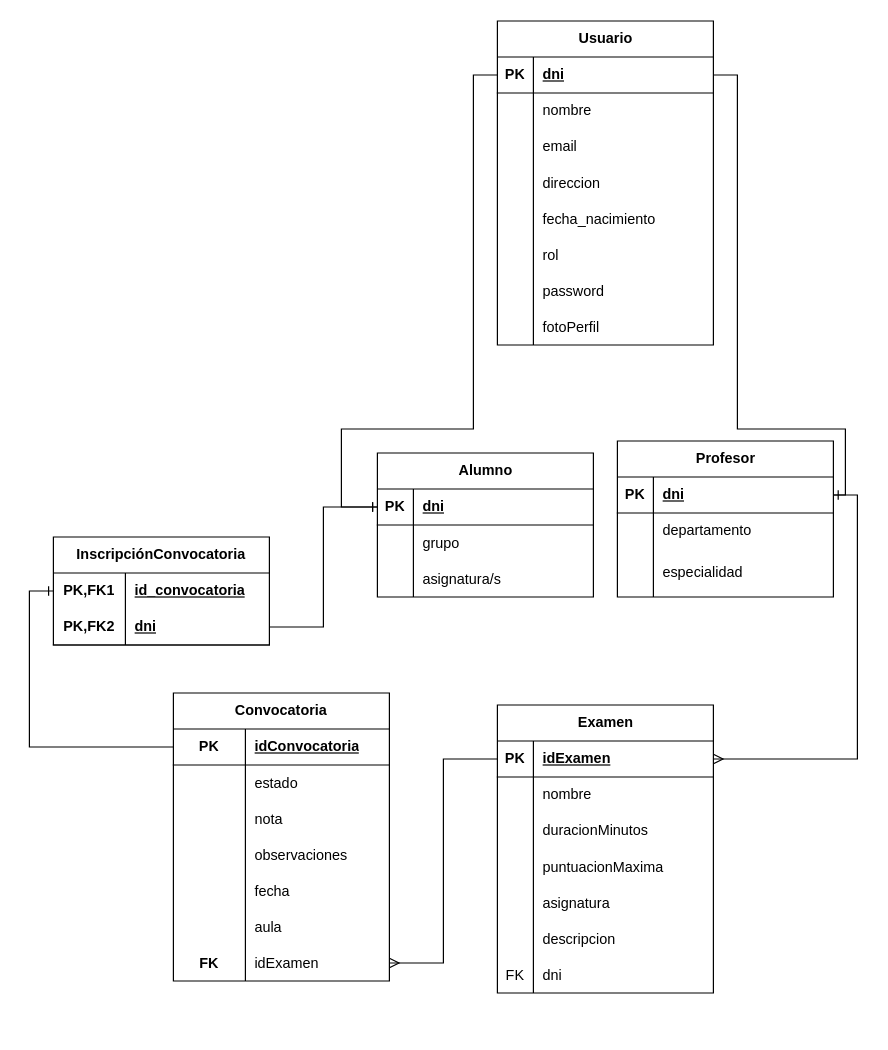
This is Documentacion/Diagramas/ExamTrack - Diagrama.drawio from JTPLOP/ExamTrack, a draw.io file, before an edit. Source tidied: cells renumbered, new cells numbered last; positions are measured from the earlier drawing's top-left corner, leaving out a move shared by most shapes. Both pictures are drawn from the tidied source at 120%, with x=0, y=0 at pixel (53, 20).
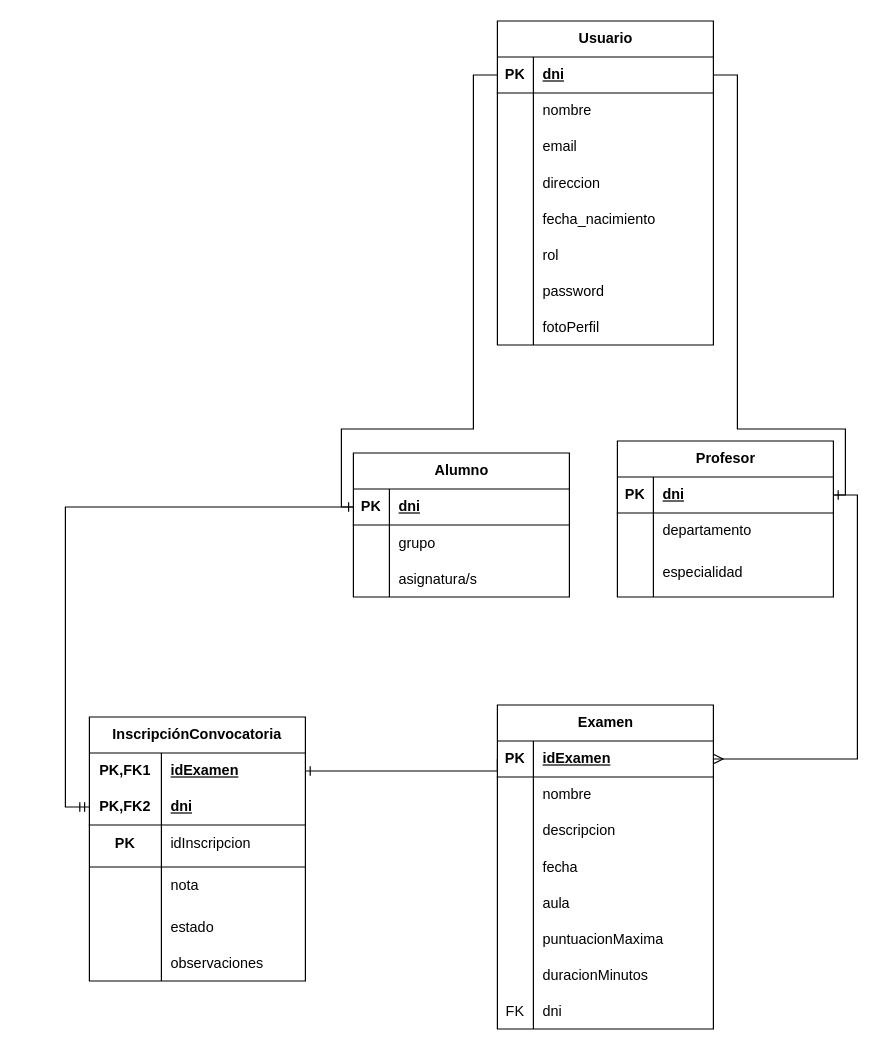
After the change.

The change refers to these unchanged cells:
```xml
<mxCell id="3" style="shape=tableRow;horizontal=0;startSize=0;swimlaneHead=0;swimlaneBody=0;fillColor=none;points=[[0,0.5],[1,0.5]];portConstraint=eastwest;top=0;left=0;right=0;bottom=1;" parent="2" vertex="1">
  <mxGeometry y="30" width="180" height="30" as="geometry" />
</mxCell>
<mxCell id="9" style="shape=tableRow;horizontal=0;startSize=0;swimlaneHead=0;swimlaneBody=0;fillColor=none;top=0;left=0;right=0;bottom=0;" parent="2" vertex="1">
  <mxGeometry y="90" width="180" height="30" as="geometry" />
</mxCell>
<mxCell id="12" style="shape=tableRow;horizontal=0;startSize=0;swimlaneHead=0;swimlaneBody=0;fillColor=none;top=0;left=0;right=0;bottom=0;" parent="2" vertex="1">
  <mxGeometry y="120" width="180" height="30" as="geometry" />
</mxCell>
<mxCell id="15" style="shape=tableRow;horizontal=0;startSize=0;swimlaneHead=0;swimlaneBody=0;fillColor=none;top=0;left=0;right=0;bottom=0;" parent="2" vertex="1">
  <mxGeometry y="150" width="180" height="30" as="geometry" />
</mxCell>
<mxCell id="18" style="shape=tableRow;horizontal=0;startSize=0;swimlaneHead=0;swimlaneBody=0;fillColor=none;top=0;left=0;right=0;bottom=0;" parent="2" vertex="1">
  <mxGeometry y="180" width="180" height="30" as="geometry" />
</mxCell>
<mxCell id="25" style="shape=tableRow;horizontal=0;startSize=0;swimlaneHead=0;swimlaneBody=0;fillColor=none;points=[[0,0.5],[1,0.5]];portConstraint=eastwest;top=0;left=0;right=0;bottom=1;" parent="24" vertex="1">
  <mxGeometry y="30" width="180" height="30" as="geometry" />
</mxCell>
<mxCell id="96" style="shape=tableRow;horizontal=0;startSize=0;swimlaneHead=0;swimlaneBody=0;fillColor=none;points=[[0,0.5],[1,0.5]];portConstraint=eastwest;top=0;left=0;right=0;bottom=0;html=1;" parent="95" vertex="1">
  <mxGeometry y="30" width="180" height="30" as="geometry" />
</mxCell>
<mxCell id="99" style="shape=tableRow;horizontal=0;startSize=0;swimlaneHead=0;swimlaneBody=0;fillColor=none;points=[[0,0.5],[1,0.5]];portConstraint=eastwest;top=0;left=0;right=0;bottom=1;html=1;" parent="95" vertex="1">
  <mxGeometry y="60" width="180" height="30" as="geometry" />
</mxCell>
```

Change to the diagram source:
```diff
@@
     <mxCell id="2" value="Examen" style="shape=table;startSize=30;childLayout=tableLayout;rowLines=0;fontStyle=1;align=center;html=1;" parent="1" vertex="1">
-      <mxGeometry x="370" y="570" width="180" height="240" as="geometry" />
+      <mxGeometry x="370" y="570" width="180" height="270" as="geometry" />
     </mxCell>
@@
-    <mxCell id="11" value="duracionMinutos" style="shape=partialRectangle;fillColor=none;top=0;left=0;bottom=0;right=0;align=left;spacingLeft=6;overflow=hidden;whiteSpace=wrap;html=1;" parent="9" vertex="1">
+    <mxCell id="11" value="descripcion" style="shape=partialRectangle;fillColor=none;top=0;left=0;bottom=0;right=0;align=left;spacingLeft=6;overflow=hidden;whiteSpace=wrap;html=1;" parent="9" vertex="1">
       <mxGeometry x="30" width="150" height="30" as="geometry" />
     </mxCell>
@@
-    <mxCell id="14" value="puntuacionMaxima" style="shape=partialRectangle;fillColor=none;top=0;left=0;bottom=0;right=0;align=left;spacingLeft=6;overflow=hidden;" parent="12" vertex="1">
+    <mxCell id="14" value="fecha" style="shape=partialRectangle;fillColor=none;top=0;left=0;bottom=0;right=0;align=left;spacingLeft=6;overflow=hidden;" parent="12" vertex="1">
       <mxGeometry x="30" width="150" height="30" as="geometry" />
     </mxCell>
@@
-    <mxCell id="17" value="asignatura" style="shape=partialRectangle;fillColor=none;top=0;left=0;bottom=0;right=0;align=left;spacingLeft=6;overflow=hidden;" parent="15" vertex="1">
+    <mxCell id="17" value="aula" style="shape=partialRectangle;fillColor=none;top=0;left=0;bottom=0;right=0;align=left;spacingLeft=6;overflow=hidden;" parent="15" vertex="1">
       <mxGeometry x="30" width="150" height="30" as="geometry" />
     </mxCell>
@@
-    <mxCell id="20" value="descripcion" style="shape=partialRectangle;fillColor=none;top=0;left=0;bottom=0;right=0;align=left;spacingLeft=6;overflow=hidden;" parent="18" vertex="1">
+    <mxCell id="20" value="puntuacionMaxima" style="shape=partialRectangle;fillColor=none;top=0;left=0;bottom=0;right=0;align=left;spacingLeft=6;overflow=hidden;" parent="18" vertex="1">
       <mxGeometry x="30" width="150" height="30" as="geometry" />
     </mxCell>
+    <mxCell id="90" style="shape=tableRow;horizontal=0;startSize=0;swimlaneHead=0;swimlaneBody=0;fillColor=none;points=[[0,0.5],[1,0.5]];portConstraint=eastwest;top=0;left=0;right=0;bottom=0;" parent="2" vertex="1">
+      <mxGeometry y="210" width="180" height="30" as="geometry" />
+    </mxCell>
+    <mxCell id="104" style="shape=partialRectangle;fillColor=none;top=0;left=0;bottom=0;right=0;overflow=hidden;" parent="90" vertex="1">
+      <mxGeometry width="30" height="30" as="geometry" />
+    </mxCell>
+    <mxCell id="105" value="duracionMinutos" style="shape=partialRectangle;fillColor=none;top=0;left=0;bottom=0;right=0;align=left;spacingLeft=6;overflow=hidden;" parent="90" vertex="1">
+      <mxGeometry x="30" width="150" height="30" as="geometry" />
+    </mxCell>
     <mxCell id="21" style="shape=tableRow;horizontal=0;startSize=0;swimlaneHead=0;swimlaneBody=0;fillColor=none;top=0;left=0;right=0;bottom=0;" parent="2" vertex="1">
-      <mxGeometry y="210" width="180" height="30" as="geometry" />
+      <mxGeometry y="240" width="180" height="30" as="geometry" />
     </mxCell>
@@
     <mxCell id="24" value="Alumno" style="shape=table;startSize=30;childLayout=tableLayout;rowLines=0;fontStyle=1;align=center;html=1;" parent="1" vertex="1">
-      <mxGeometry x="270" y="360" width="180" height="120" as="geometry" />
+      <mxGeometry x="250" y="360" width="180" height="120" as="geometry" />
     </mxCell>
@@
-    <mxCell id="71" value="Convocatoria" style="shape=table;startSize=30;childLayout=tableLayout;rowLines=0;fontStyle=1;align=center;html=1;whiteSpace=wrap;" parent="1" vertex="1">
-      <mxGeometry x="100" y="560" width="180" height="240" as="geometry" />
-    </mxCell>
-    <mxCell id="72" style="shape=tableRow;horizontal=0;startSize=0;swimlaneHead=0;swimlaneBody=0;fillColor=none;points=[[0,0.5],[1,0.5]];portConstraint=eastwest;top=0;left=0;right=0;bottom=1;" parent="71" vertex="1">
-      <mxGeometry y="30" width="180" height="30" as="geometry" />
-    </mxCell>
-    <mxCell id="73" value="PK" style="shape=partialRectangle;fillColor=none;top=0;left=0;bottom=0;right=0;fontStyle=1;overflow=hidden;whiteSpace=wrap;html=1;" parent="72" vertex="1">
-      <mxGeometry width="60" height="30" as="geometry" />
-    </mxCell>
-    <mxCell id="74" value="idConvocatoria" style="shape=partialRectangle;fillColor=none;top=0;left=0;bottom=0;right=0;align=left;spacingLeft=6;fontStyle=5;overflow=hidden;whiteSpace=wrap;html=1;" parent="72" vertex="1">
-      <mxGeometry x="60" width="120" height="30" as="geometry" />
-    </mxCell>
-    <mxCell id="75" style="shape=tableRow;horizontal=0;startSize=0;swimlaneHead=0;swimlaneBody=0;fillColor=none;top=0;left=0;right=0;bottom=0;" parent="71" vertex="1">
-      <mxGeometry y="60" width="180" height="30" as="geometry" />
-    </mxCell>
-    <mxCell id="76" style="shape=partialRectangle;fillColor=none;top=0;left=0;bottom=0;right=0;overflow=hidden;" parent="75" vertex="1">
-      <mxGeometry width="60" height="30" as="geometry" />
-    </mxCell>
-    <mxCell id="77" value="estado" style="shape=partialRectangle;fillColor=none;top=0;left=0;bottom=0;right=0;align=left;spacingLeft=6;overflow=hidden;" parent="75" vertex="1">
-      <mxGeometry x="60" width="120" height="30" as="geometry" />
-    </mxCell>
-    <mxCell id="78" style="shape=tableRow;horizontal=0;startSize=0;swimlaneHead=0;swimlaneBody=0;fillColor=none;top=0;left=0;right=0;bottom=0;" parent="71" vertex="1">
-      <mxGeometry y="90" width="180" height="30" as="geometry" />
-    </mxCell>
-    <mxCell id="79" style="shape=partialRectangle;fillColor=none;top=0;left=0;bottom=0;right=0;overflow=hidden;" parent="78" vertex="1">
-      <mxGeometry width="60" height="30" as="geometry" />
-    </mxCell>
-    <mxCell id="80" value="nota" style="shape=partialRectangle;fillColor=none;top=0;left=0;bottom=0;right=0;align=left;spacingLeft=6;overflow=hidden;" parent="78" vertex="1">
-      <mxGeometry x="60" width="120" height="30" as="geometry" />
-    </mxCell>
-    <mxCell id="81" style="shape=tableRow;horizontal=0;startSize=0;swimlaneHead=0;swimlaneBody=0;fillColor=none;top=0;left=0;right=0;bottom=0;" parent="71" vertex="1">
-      <mxGeometry y="120" width="180" height="30" as="geometry" />
-    </mxCell>
-    <mxCell id="82" style="shape=partialRectangle;fillColor=none;top=0;left=0;bottom=0;right=0;overflow=hidden;" parent="81" vertex="1">
-      <mxGeometry width="60" height="30" as="geometry" />
-    </mxCell>
-    <mxCell id="83" value="observaciones" style="shape=partialRectangle;fillColor=none;top=0;left=0;bottom=0;right=0;align=left;spacingLeft=6;overflow=hidden;" parent="81" vertex="1">
-      <mxGeometry x="60" width="120" height="30" as="geometry" />
-    </mxCell>
-    <mxCell id="84" style="shape=tableRow;horizontal=0;startSize=0;swimlaneHead=0;swimlaneBody=0;fillColor=none;top=0;left=0;right=0;bottom=0;" parent="71" vertex="1">
-      <mxGeometry y="150" width="180" height="30" as="geometry" />
-    </mxCell>
-    <mxCell id="85" style="shape=partialRectangle;fillColor=none;top=0;left=0;bottom=0;right=0;overflow=hidden;" parent="84" vertex="1">
-      <mxGeometry width="60" height="30" as="geometry" />
-    </mxCell>
-    <mxCell id="86" value="fecha" style="shape=partialRectangle;fillColor=none;top=0;left=0;bottom=0;right=0;align=left;spacingLeft=6;overflow=hidden;" parent="84" vertex="1">
-      <mxGeometry x="60" width="120" height="30" as="geometry" />
-    </mxCell>
-    <mxCell id="87" style="shape=tableRow;horizontal=0;startSize=0;swimlaneHead=0;swimlaneBody=0;fillColor=none;top=0;left=0;right=0;bottom=0;" parent="71" vertex="1">
-      <mxGeometry y="180" width="180" height="30" as="geometry" />
-    </mxCell>
-    <mxCell id="88" style="shape=partialRectangle;fillColor=none;top=0;left=0;bottom=0;right=0;overflow=hidden;" parent="87" vertex="1">
-      <mxGeometry width="60" height="30" as="geometry" />
-    </mxCell>
-    <mxCell id="89" value="aula" style="shape=partialRectangle;fillColor=none;top=0;left=0;bottom=0;right=0;align=left;spacingLeft=6;overflow=hidden;" parent="87" vertex="1">
-      <mxGeometry x="60" width="120" height="30" as="geometry" />
-    </mxCell>
-    <mxCell id="90" style="shape=tableRow;horizontal=0;startSize=0;swimlaneHead=0;swimlaneBody=0;fillColor=none;points=[[0,0.5],[1,0.5]];portConstraint=eastwest;top=0;left=0;right=0;bottom=0;" parent="71" vertex="1">
-      <mxGeometry y="210" width="180" height="30" as="geometry" />
-    </mxCell>
-    <mxCell id="91" value="FK" style="shape=partialRectangle;fillColor=none;top=0;left=0;bottom=0;right=0;overflow=hidden;fontStyle=1;" parent="90" vertex="1">
-      <mxGeometry width="60" height="30" as="geometry" />
-    </mxCell>
-    <mxCell id="92" value="idExamen" style="shape=partialRectangle;fillColor=none;top=0;left=0;bottom=0;right=0;align=left;spacingLeft=6;overflow=hidden;" parent="90" vertex="1">
-      <mxGeometry x="60" width="120" height="30" as="geometry" />
-    </mxCell>
-    <mxCell id="93" style="edgeStyle=orthogonalEdgeStyle;rounded=0;jettySize=auto;html=1;exitX=0;exitY=0.5;exitDx=0;exitDy=0;endArrow=ERmany;endFill=0;entryX=1;entryY=0.5;entryDx=0;entryDy=0;" parent="1" edge="1" source="3" target="90">
-      <mxGeometry relative="1" as="geometry" />
-    </mxCell>
@@
     <mxCell id="95" value="InscripciónConvocatoria" style="shape=table;startSize=30;childLayout=tableLayout;rowLines=0;fontStyle=1;align=center;html=1;whiteSpace=wrap;" parent="1" vertex="1">
-      <mxGeometry y="430" width="180" height="90" as="geometry" />
+      <mxGeometry x="30" y="580" width="180" height="220" as="geometry" />
     </mxCell>
@@
-    <mxCell id="98" value="id_convocatoria" style="shape=partialRectangle;fillColor=none;top=0;left=0;bottom=0;right=0;align=left;spacingLeft=6;fontStyle=5;overflow=hidden;html=1;whiteSpace=wrap;" parent="96" vertex="1">
+    <mxCell id="98" value="idExamen" style="shape=partialRectangle;fillColor=none;top=0;left=0;bottom=0;right=0;align=left;spacingLeft=6;fontStyle=5;overflow=hidden;html=1;whiteSpace=wrap;" parent="96" vertex="1">
       <mxGeometry x="60" width="120" height="30" as="geometry" />
     </mxCell>
@@
-    <mxCell id="102" style="edgeStyle=orthogonalEdgeStyle;rounded=0;jettySize=auto;html=1;exitX=0;exitY=0.5;exitDx=0;exitDy=0;entryX=0;entryY=0.5;entryDx=0;entryDy=0;endArrow=ERone;endFill=0;" parent="1" edge="1" source="72" target="96">
-      <mxGeometry relative="1" as="geometry" />
-    </mxCell>
-    <mxCell id="103" style="edgeStyle=orthogonalEdgeStyle;rounded=0;jettySize=auto;html=1;exitX=1;exitY=0.5;exitDx=0;exitDy=0;entryX=0;entryY=0.5;entryDx=0;entryDy=0;endArrow=ERone;endFill=0;" parent="1" edge="1" source="99" target="25">
-      <mxGeometry relative="1" as="geometry" />
-    </mxCell>
+    <mxCell id="78" style="shape=tableRow;horizontal=0;startSize=0;swimlaneHead=0;swimlaneBody=0;fillColor=none;top=0;left=0;right=0;bottom=0;" parent="95" vertex="1">
+      <mxGeometry y="90" width="180" height="30" as="geometry" />
+    </mxCell>
+    <mxCell id="73" value="PK" style="shape=partialRectangle;fillColor=none;top=0;left=0;bottom=0;right=0;overflow=hidden;fontStyle=1;" parent="78" vertex="1">
+      <mxGeometry width="60" height="30" as="geometry" />
+    </mxCell>
+    <mxCell id="106" value="idInscripcion" style="shape=partialRectangle;fillColor=none;top=0;left=0;bottom=0;right=0;align=left;spacingLeft=6;overflow=hidden;" parent="78" vertex="1">
+      <mxGeometry x="60" width="120" height="30" as="geometry" />
+    </mxCell>
+    <mxCell id="107" style="shape=tableRow;horizontal=0;startSize=0;swimlaneHead=0;swimlaneBody=0;fillColor=none;top=0;left=0;right=0;bottom=0;" parent="95" vertex="1">
+      <mxGeometry y="120" width="180" height="40" as="geometry" />
+    </mxCell>
+    <mxCell id="108" style="shape=partialRectangle;fillColor=none;top=0;left=0;bottom=0;right=0;overflow=hidden;" parent="107" vertex="1">
+      <mxGeometry width="60" height="40" as="geometry" />
+    </mxCell>
+    <mxCell id="80" value="nota" style="shape=partialRectangle;fillColor=none;top=0;left=0;bottom=0;right=0;align=left;spacingLeft=6;overflow=hidden;" parent="107" vertex="1">
+      <mxGeometry x="60" width="120" height="40" as="geometry" />
+    </mxCell>
+    <mxCell id="109" style="shape=tableRow;horizontal=0;startSize=0;swimlaneHead=0;swimlaneBody=0;fillColor=none;top=0;left=0;right=0;bottom=0;" parent="95" vertex="1">
+      <mxGeometry y="160" width="180" height="30" as="geometry" />
+    </mxCell>
+    <mxCell id="110" style="shape=partialRectangle;fillColor=none;top=0;left=0;bottom=0;right=0;overflow=hidden;" parent="109" vertex="1">
+      <mxGeometry width="60" height="30" as="geometry" />
+    </mxCell>
+    <mxCell id="77" value="estado" style="shape=partialRectangle;fillColor=none;top=0;left=0;bottom=0;right=0;align=left;spacingLeft=6;overflow=hidden;" parent="109" vertex="1">
+      <mxGeometry x="60" width="120" height="30" as="geometry" />
+    </mxCell>
+    <mxCell id="111" style="shape=tableRow;horizontal=0;startSize=0;swimlaneHead=0;swimlaneBody=0;fillColor=none;top=0;left=0;right=0;bottom=0;" parent="95" vertex="1">
+      <mxGeometry y="190" width="180" height="30" as="geometry" />
+    </mxCell>
+    <mxCell id="112" style="shape=partialRectangle;fillColor=none;top=0;left=0;bottom=0;right=0;overflow=hidden;" parent="111" vertex="1">
+      <mxGeometry width="60" height="30" as="geometry" />
+    </mxCell>
+    <mxCell id="83" value="observaciones" style="shape=partialRectangle;fillColor=none;top=0;left=0;bottom=0;right=0;align=left;spacingLeft=6;overflow=hidden;" parent="111" vertex="1">
+      <mxGeometry x="60" width="120" height="30" as="geometry" />
+    </mxCell>
+    <mxCell id="113" style="line;strokeWidth=1;dashed=0;labelPosition=right;align=left;verticalAlign=middle;spacingTop=0;spacingLeft=6;" parent="1" vertex="1">
+      <mxGeometry x="30" y="700" width="180" height="10" as="geometry" />
+    </mxCell>
+    <mxCell id="114" style="edgeStyle=orthogonalEdgeStyle;rounded=0;jettySize=auto;html=1;exitX=0;exitY=0.5;exitDx=0;exitDy=0;entryX=1;entryY=0.5;entryDx=0;entryDy=0;endArrow=ERone;endFill=0;" parent="1" edge="1" source="3" target="96">
+      <mxGeometry relative="1" as="geometry">
+        <Array as="points">
+          <mxPoint x="370" y="625" />
+        </Array>
+      </mxGeometry>
+    </mxCell>
+    <mxCell id="115" style="edgeStyle=orthogonalEdgeStyle;rounded=0;jettySize=auto;html=1;exitX=0;exitY=0.5;exitDx=0;exitDy=0;entryX=0;entryY=0.5;entryDx=0;entryDy=0;endArrow=ERmandOne;endFill=0;" parent="1" edge="1" source="25" target="99">
+      <mxGeometry relative="1" as="geometry" />
+    </mxCell>
```
